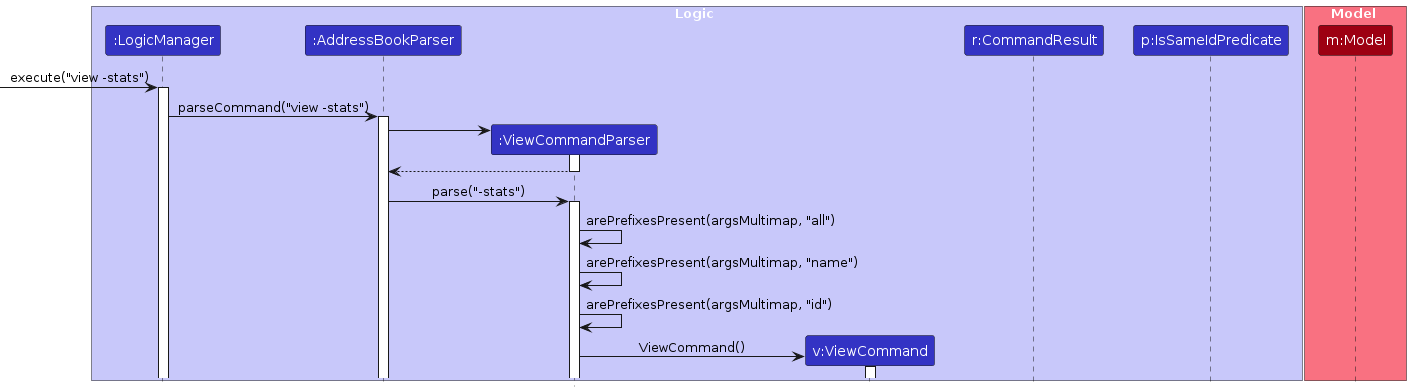
Above: diagrams/ViewParserSequenceDiagram1.png in MarcusGitty/tp (PlantUML), before the change. Its source is kept beside it as diagrams/ViewParserSequenceDiagram1.puml. The source it was exported from:
```plantuml
@startuml
!include style.puml
skinparam ArrowFontStyle plain

box Logic LOGIC_COLOR_T1
participant ":LogicManager" as LogicManager LOGIC_COLOR
participant ":AddressBookParser" as AddressBookParser LOGIC_COLOR
participant ":ViewCommandParser" as ViewCommandParser LOGIC_COLOR
participant "v:ViewCommand" as ViewCommand LOGIC_COLOR
participant "r:CommandResult" as CommandResult LOGIC_COLOR
participant "p:IsSameIdPredicate" as IsSameIdPredicate LOGIC_COLOR
end box

box Model MODEL_COLOR_T1
participant "m:Model" as Model MODEL_COLOR
end box

[-> LogicManager : execute("view -stats")
activate LogicManager

LogicManager -> AddressBookParser : parseCommand("view -stats")
activate AddressBookParser

create ViewCommandParser
AddressBookParser -> ViewCommandParser
activate ViewCommandParser

ViewCommandParser --> AddressBookParser
deactivate ViewCommandParser

AddressBookParser -> ViewCommandParser : parse("-stats")
activate ViewCommandParser

ViewCommandParser -> ViewCommandParser : arePrefixesPresent(argsMultimap, "all")

ViewCommandParser -> ViewCommandParser : arePrefixesPresent(argsMultimap, "name")

ViewCommandParser -> ViewCommandParser : arePrefixesPresent(argsMultimap, "id")

create ViewCommand
ViewCommandParser -> ViewCommand : ViewCommand()
activate ViewCommand

@enduml
```
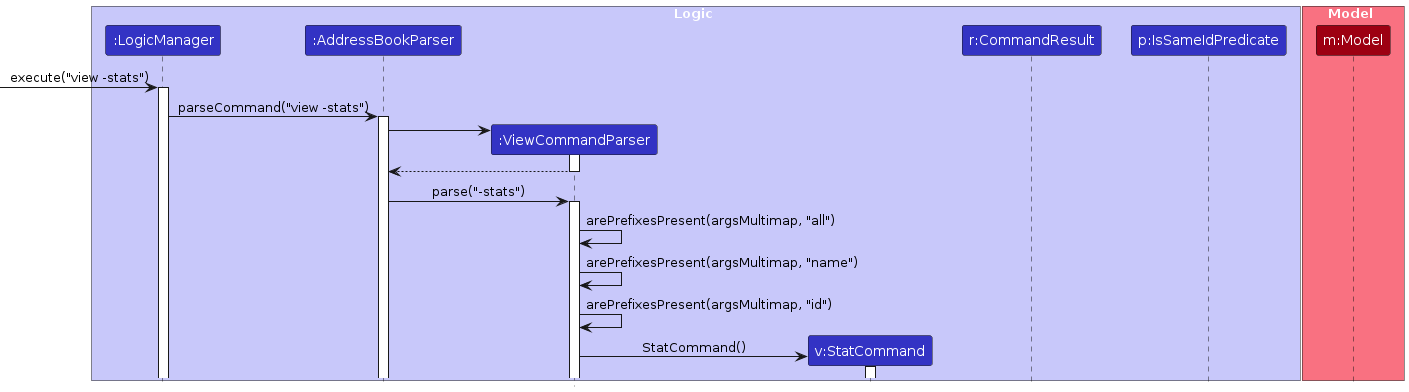
After the change.

What changed in the source:
```diff
@@ -6,7 +6,7 @@
 participant ":LogicManager" as LogicManager LOGIC_COLOR
 participant ":AddressBookParser" as AddressBookParser LOGIC_COLOR
 participant ":ViewCommandParser" as ViewCommandParser LOGIC_COLOR
-participant "v:ViewCommand" as ViewCommand LOGIC_COLOR
+participant "v:StatCommand" as StatCommand LOGIC_COLOR
 participant "r:CommandResult" as CommandResult LOGIC_COLOR
 participant "p:IsSameIdPredicate" as IsSameIdPredicate LOGIC_COLOR
 end box
@@ -37,8 +37,8 @@
 
 ViewCommandParser -> ViewCommandParser : arePrefixesPresent(argsMultimap, "id")
 
-create ViewCommand
-ViewCommandParser -> ViewCommand : ViewCommand()
-activate ViewCommand
+create StatCommand
+ViewCommandParser -> StatCommand : StatCommand()
+activate StatCommand
 
 @enduml
```
